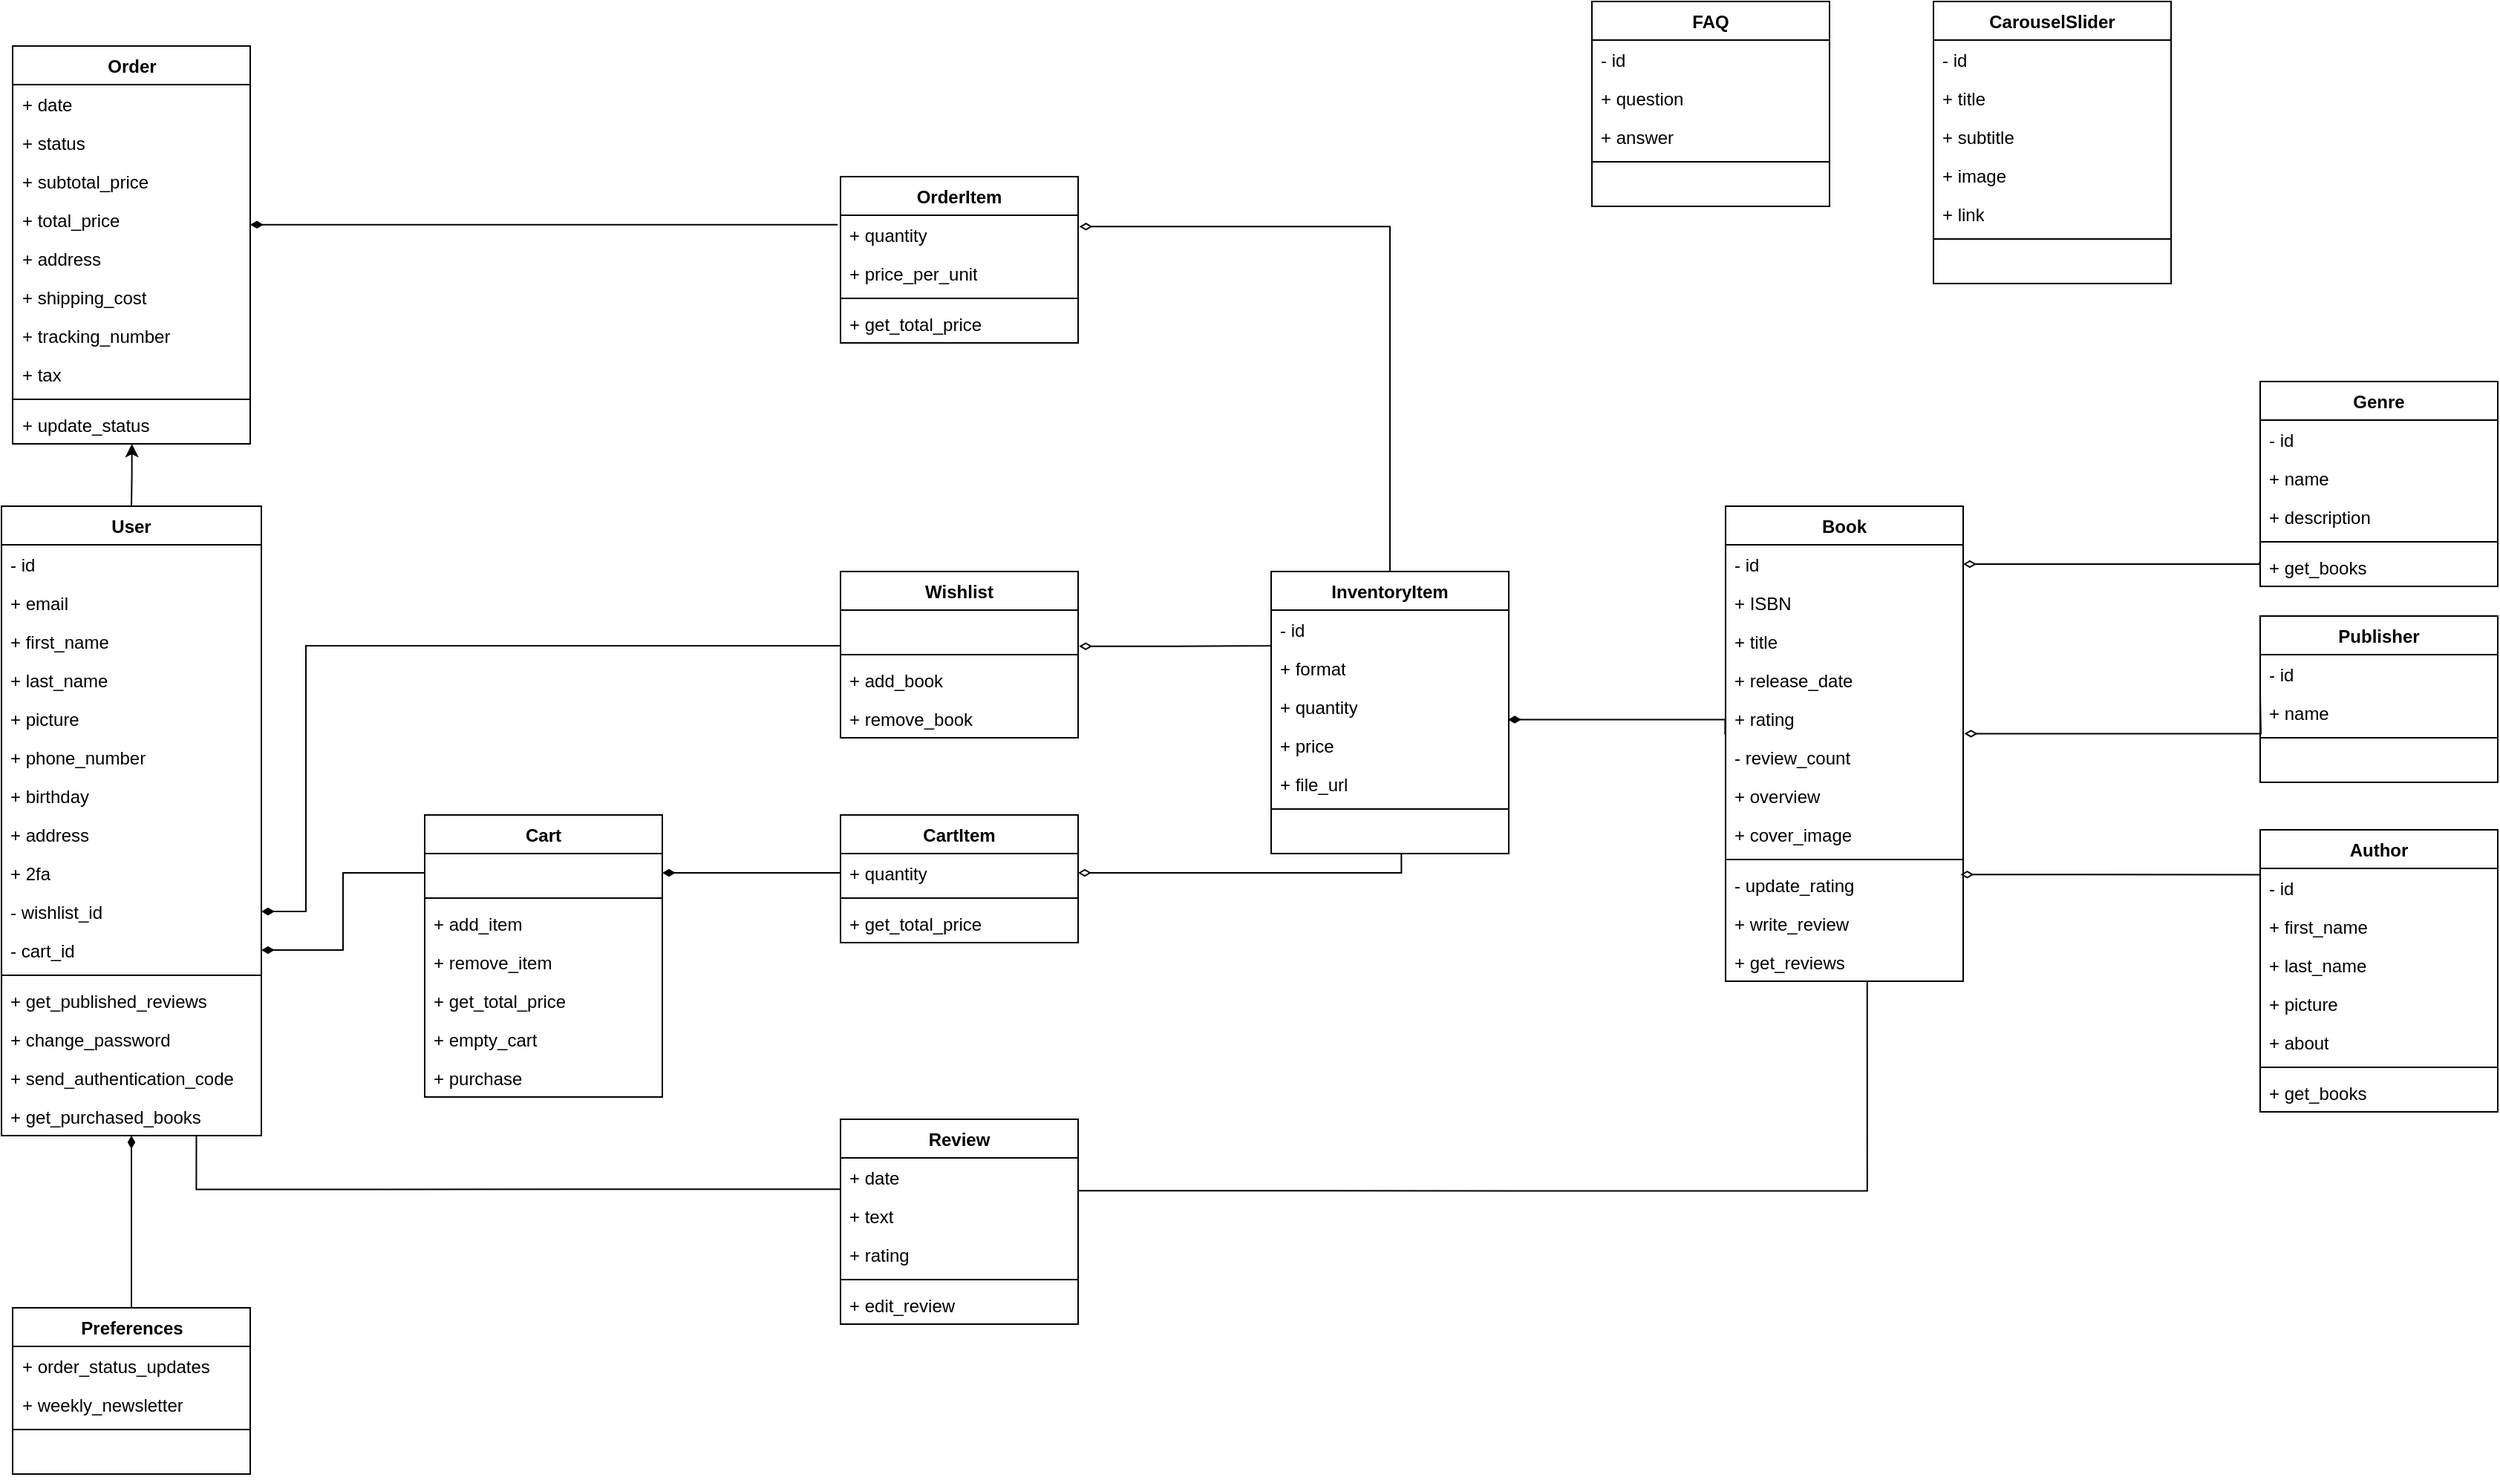
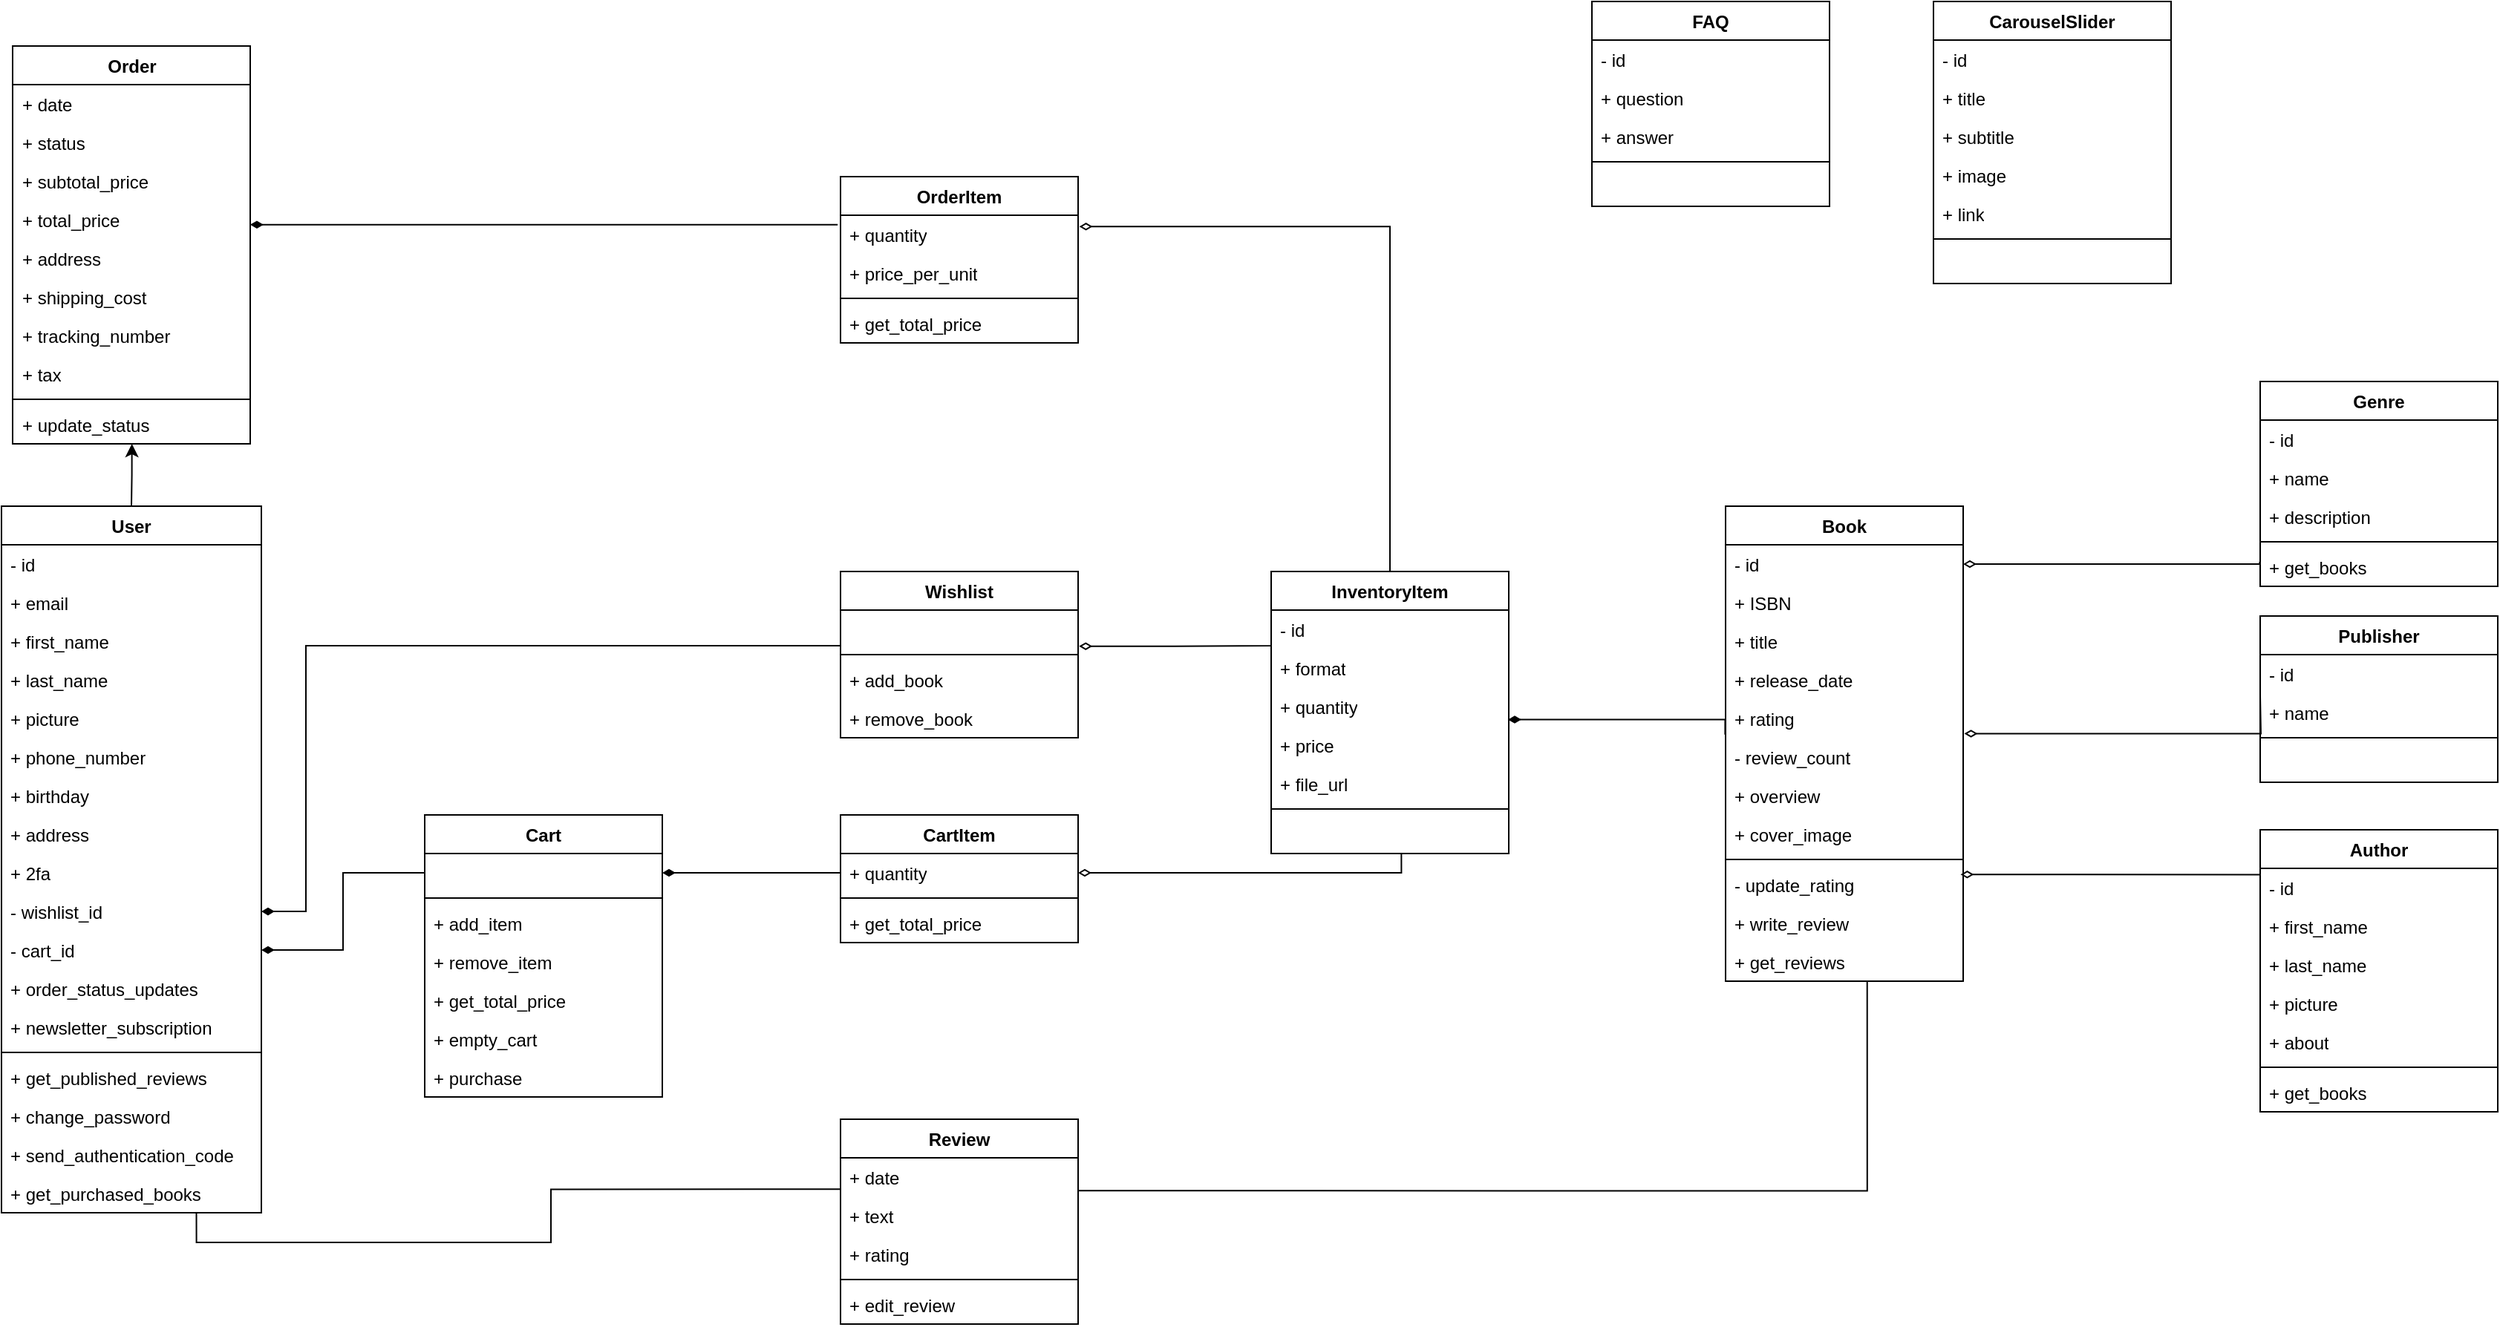
<mxfile host="app.diagrams.net" agent="5.0 (Windows NT 10.0; Win64; x64) AppleWebKit/537.36 (KHTML, like Gecko) Chrome/90.0.4430.212 Safari/537.36">
  <diagram name="Page-1" id="c4acf3e9-155e-7222-9cf6-157b1a14988f">
    <mxGraphModel dx="1212" dy="1800" grid="1" gridSize="10" guides="1" tooltips="1" connect="1" arrows="1" fold="1" page="1" pageScale="1" pageWidth="850" pageHeight="1100" background="none" math="0" shadow="0">
      <root>
        <mxCell id="0" />
        <mxCell id="1" parent="0" />
        <mxCell id="pfDlptEzQs39DvkstGPX-211" edge="1" parent="1" source="ptOtu5GnEy84TG-qNskw-4" style="edgeStyle=orthogonalEdgeStyle;rounded=0;orthogonalLoop=1;jettySize=auto;html=1;entryX=0.5;entryY=0;entryDx=0;entryDy=0;endArrow=none;endFill=0;startArrow=classic;startFill=1;exitX=0.502;exitY=1;exitDx=0;exitDy=0;exitPerimeter=0;" target="pfDlptEzQs39DvkstGPX-1">
          <mxGeometry relative="1" as="geometry" />
        </mxCell>
        <mxCell id="ptOtu5GnEy84TG-qNskw-1" parent="1" style="swimlane;fontStyle=1;align=center;verticalAlign=top;childLayout=stackLayout;horizontal=1;startSize=26;horizontalStack=0;resizeParent=1;resizeParentMax=0;resizeLast=0;collapsible=1;marginBottom=0;whiteSpace=wrap;html=1;" value="Order" vertex="1">
          <mxGeometry height="268" width="160" x="202.5" y="-4" as="geometry" />
        </mxCell>
        <mxCell id="ptOtu5GnEy84TG-qNskw-19" parent="ptOtu5GnEy84TG-qNskw-1" style="text;strokeColor=none;fillColor=none;align=left;verticalAlign=top;spacingLeft=4;spacingRight=4;overflow=hidden;rotatable=0;points=[[0,0.5],[1,0.5]];portConstraint=eastwest;whiteSpace=wrap;html=1;" value="+ date" vertex="1">
          <mxGeometry height="26" width="160" y="26" as="geometry" />
        </mxCell>
        <mxCell id="ptOtu5GnEy84TG-qNskw-20" parent="ptOtu5GnEy84TG-qNskw-1" style="text;strokeColor=none;fillColor=none;align=left;verticalAlign=top;spacingLeft=4;spacingRight=4;overflow=hidden;rotatable=0;points=[[0,0.5],[1,0.5]];portConstraint=eastwest;whiteSpace=wrap;html=1;" value="+ status" vertex="1">
          <mxGeometry height="26" width="160" y="52" as="geometry" />
        </mxCell>
        <mxCell id="ptOtu5GnEy84TG-qNskw-21" parent="ptOtu5GnEy84TG-qNskw-1" style="text;strokeColor=none;fillColor=none;align=left;verticalAlign=top;spacingLeft=4;spacingRight=4;overflow=hidden;rotatable=0;points=[[0,0.5],[1,0.5]];portConstraint=eastwest;whiteSpace=wrap;html=1;" value="+ subtotal_price" vertex="1">
          <mxGeometry height="26" width="160" y="78" as="geometry" />
        </mxCell>
        <mxCell id="ptOtu5GnEy84TG-qNskw-22" parent="ptOtu5GnEy84TG-qNskw-1" style="text;strokeColor=none;fillColor=none;align=left;verticalAlign=top;spacingLeft=4;spacingRight=4;overflow=hidden;rotatable=0;points=[[0,0.5],[1,0.5]];portConstraint=eastwest;whiteSpace=wrap;html=1;" value="+ total_price" vertex="1">
          <mxGeometry height="26" width="160" y="104" as="geometry" />
        </mxCell>
        <mxCell id="W-Cl0S3tB9M2oCTz1A1a-11" parent="ptOtu5GnEy84TG-qNskw-1" style="text;strokeColor=none;fillColor=none;align=left;verticalAlign=top;spacingLeft=4;spacingRight=4;overflow=hidden;rotatable=0;points=[[0,0.5],[1,0.5]];portConstraint=eastwest;whiteSpace=wrap;html=1;" value="+ address" vertex="1">
          <mxGeometry height="26" width="160" y="130" as="geometry" />
        </mxCell>
        <mxCell id="pfDlptEzQs39DvkstGPX-58" parent="ptOtu5GnEy84TG-qNskw-1" style="text;strokeColor=none;fillColor=none;align=left;verticalAlign=top;spacingLeft=4;spacingRight=4;overflow=hidden;rotatable=0;points=[[0,0.5],[1,0.5]];portConstraint=eastwest;whiteSpace=wrap;html=1;" value="+ shipping_cost" vertex="1">
          <mxGeometry height="26" width="160" y="156" as="geometry" />
        </mxCell>
        <mxCell id="pfDlptEzQs39DvkstGPX-59" parent="ptOtu5GnEy84TG-qNskw-1" style="text;strokeColor=none;fillColor=none;align=left;verticalAlign=top;spacingLeft=4;spacingRight=4;overflow=hidden;rotatable=0;points=[[0,0.5],[1,0.5]];portConstraint=eastwest;whiteSpace=wrap;html=1;" value="+ tracking_number" vertex="1">
          <mxGeometry height="26" width="160" y="182" as="geometry" />
        </mxCell>
        <mxCell id="pfDlptEzQs39DvkstGPX-60" parent="ptOtu5GnEy84TG-qNskw-1" style="text;strokeColor=none;fillColor=none;align=left;verticalAlign=top;spacingLeft=4;spacingRight=4;overflow=hidden;rotatable=0;points=[[0,0.5],[1,0.5]];portConstraint=eastwest;whiteSpace=wrap;html=1;" value="+ tax" vertex="1">
          <mxGeometry height="26" width="160" y="208" as="geometry" />
        </mxCell>
        <mxCell id="ptOtu5GnEy84TG-qNskw-3" parent="ptOtu5GnEy84TG-qNskw-1" style="line;strokeWidth=1;fillColor=none;align=left;verticalAlign=middle;spacingTop=-1;spacingLeft=3;spacingRight=3;rotatable=0;labelPosition=right;points=[];portConstraint=eastwest;strokeColor=inherit;" value="" vertex="1">
          <mxGeometry height="8" width="160" y="234" as="geometry" />
        </mxCell>
        <mxCell id="ptOtu5GnEy84TG-qNskw-4" parent="ptOtu5GnEy84TG-qNskw-1" style="text;strokeColor=none;fillColor=none;align=left;verticalAlign=top;spacingLeft=4;spacingRight=4;overflow=hidden;rotatable=0;points=[[0,0.5],[1,0.5]];portConstraint=eastwest;whiteSpace=wrap;html=1;" value="+ update_status" vertex="1">
          <mxGeometry height="26" width="160" y="242" as="geometry" />
        </mxCell>
        <mxCell id="ptOtu5GnEy84TG-qNskw-5" parent="1" style="swimlane;fontStyle=1;align=center;verticalAlign=top;childLayout=stackLayout;horizontal=1;startSize=26;horizontalStack=0;resizeParent=1;resizeParentMax=0;resizeLast=0;collapsible=1;marginBottom=0;whiteSpace=wrap;html=1;" value="Book" vertex="1">
          <mxGeometry height="320" width="160" x="1356" y="306" as="geometry" />
        </mxCell>
        <mxCell id="ptOtu5GnEy84TG-qNskw-18" parent="ptOtu5GnEy84TG-qNskw-5" style="text;strokeColor=none;fillColor=none;align=left;verticalAlign=top;spacingLeft=4;spacingRight=4;overflow=hidden;rotatable=0;points=[[0,0.5],[1,0.5]];portConstraint=eastwest;whiteSpace=wrap;html=1;" value="- id" vertex="1">
          <mxGeometry height="26" width="160" y="26" as="geometry" />
        </mxCell>
        <mxCell id="W-Cl0S3tB9M2oCTz1A1a-7" parent="ptOtu5GnEy84TG-qNskw-5" style="text;strokeColor=none;fillColor=none;align=left;verticalAlign=top;spacingLeft=4;spacingRight=4;overflow=hidden;rotatable=0;points=[[0,0.5],[1,0.5]];portConstraint=eastwest;whiteSpace=wrap;html=1;" value="+ ISBN" vertex="1">
          <mxGeometry height="26" width="160" y="52" as="geometry" />
        </mxCell>
        <mxCell id="ptOtu5GnEy84TG-qNskw-13" parent="ptOtu5GnEy84TG-qNskw-5" style="text;strokeColor=none;fillColor=none;align=left;verticalAlign=top;spacingLeft=4;spacingRight=4;overflow=hidden;rotatable=0;points=[[0,0.5],[1,0.5]];portConstraint=eastwest;whiteSpace=wrap;html=1;" value="+ title" vertex="1">
          <mxGeometry height="26" width="160" y="78" as="geometry" />
        </mxCell>
        <mxCell id="pfDlptEzQs39DvkstGPX-95" parent="ptOtu5GnEy84TG-qNskw-5" style="text;strokeColor=none;fillColor=none;align=left;verticalAlign=top;spacingLeft=4;spacingRight=4;overflow=hidden;rotatable=0;points=[[0,0.5],[1,0.5]];portConstraint=eastwest;whiteSpace=wrap;html=1;" value="+ release_date" vertex="1">
          <mxGeometry height="26" width="160" y="104" as="geometry" />
        </mxCell>
        <mxCell id="ptOtu5GnEy84TG-qNskw-15" parent="ptOtu5GnEy84TG-qNskw-5" style="text;strokeColor=none;fillColor=none;align=left;verticalAlign=top;spacingLeft=4;spacingRight=4;overflow=hidden;rotatable=0;points=[[0,0.5],[1,0.5]];portConstraint=eastwest;whiteSpace=wrap;html=1;" value="+ rating" vertex="1">
          <mxGeometry height="26" width="160" y="130" as="geometry" />
        </mxCell>
        <mxCell id="pfDlptEzQs39DvkstGPX-178" parent="ptOtu5GnEy84TG-qNskw-5" style="text;strokeColor=none;fillColor=none;align=left;verticalAlign=top;spacingLeft=4;spacingRight=4;overflow=hidden;rotatable=0;points=[[0,0.5],[1,0.5]];portConstraint=eastwest;whiteSpace=wrap;html=1;" value="- review_count" vertex="1">
          <mxGeometry height="26" width="160" y="156" as="geometry" />
        </mxCell>
        <mxCell id="pfDlptEzQs39DvkstGPX-96" parent="ptOtu5GnEy84TG-qNskw-5" style="text;strokeColor=none;fillColor=none;align=left;verticalAlign=top;spacingLeft=4;spacingRight=4;overflow=hidden;rotatable=0;points=[[0,0.5],[1,0.5]];portConstraint=eastwest;whiteSpace=wrap;html=1;" value="+ overview" vertex="1">
          <mxGeometry height="26" width="160" y="182" as="geometry" />
        </mxCell>
        <mxCell id="pfDlptEzQs39DvkstGPX-97" parent="ptOtu5GnEy84TG-qNskw-5" style="text;strokeColor=none;fillColor=none;align=left;verticalAlign=top;spacingLeft=4;spacingRight=4;overflow=hidden;rotatable=0;points=[[0,0.5],[1,0.5]];portConstraint=eastwest;whiteSpace=wrap;html=1;" value="+ cover_image" vertex="1">
          <mxGeometry height="26" width="160" y="208" as="geometry" />
        </mxCell>
        <mxCell id="ptOtu5GnEy84TG-qNskw-7" parent="ptOtu5GnEy84TG-qNskw-5" style="line;strokeWidth=1;fillColor=none;align=left;verticalAlign=middle;spacingTop=-1;spacingLeft=3;spacingRight=3;rotatable=0;labelPosition=right;points=[];portConstraint=eastwest;strokeColor=inherit;" value="" vertex="1">
          <mxGeometry height="8" width="160" y="234" as="geometry" />
        </mxCell>
        <mxCell id="ptOtu5GnEy84TG-qNskw-8" parent="ptOtu5GnEy84TG-qNskw-5" style="text;align=left;verticalAlign=top;spacingLeft=4;spacingRight=4;overflow=hidden;rotatable=0;points=[[0,0.5],[1,0.5]];portConstraint=eastwest;whiteSpace=wrap;html=1;" value="- update_rating" vertex="1">
          <mxGeometry height="26" width="160" y="242" as="geometry" />
        </mxCell>
        <mxCell id="pfDlptEzQs39DvkstGPX-194" parent="ptOtu5GnEy84TG-qNskw-5" style="text;align=left;verticalAlign=top;spacingLeft=4;spacingRight=4;overflow=hidden;rotatable=0;points=[[0,0.5],[1,0.5]];portConstraint=eastwest;whiteSpace=wrap;html=1;" value="+ write_review" vertex="1">
          <mxGeometry height="26" width="160" y="268" as="geometry" />
        </mxCell>
        <mxCell id="pfDlptEzQs39DvkstGPX-241" parent="ptOtu5GnEy84TG-qNskw-5" style="text;align=left;verticalAlign=top;spacingLeft=4;spacingRight=4;overflow=hidden;rotatable=0;points=[[0,0.5],[1,0.5]];portConstraint=eastwest;whiteSpace=wrap;html=1;" value="+ get_reviews" vertex="1">
          <mxGeometry height="26" width="160" y="294" as="geometry" />
        </mxCell>
        <mxCell id="ptOtu5GnEy84TG-qNskw-9" parent="1" style="swimlane;fontStyle=1;align=center;verticalAlign=top;childLayout=stackLayout;horizontal=1;startSize=26;horizontalStack=0;resizeParent=1;resizeParentMax=0;resizeLast=0;collapsible=1;marginBottom=0;whiteSpace=wrap;html=1;" value="Author" vertex="1">
          <mxGeometry height="190" width="160" x="1716" y="524" as="geometry" />
        </mxCell>
        <mxCell id="ptOtu5GnEy84TG-qNskw-10" parent="ptOtu5GnEy84TG-qNskw-9" style="text;strokeColor=none;fillColor=none;align=left;verticalAlign=top;spacingLeft=4;spacingRight=4;overflow=hidden;rotatable=0;points=[[0,0.5],[1,0.5]];portConstraint=eastwest;whiteSpace=wrap;html=1;" value="- id" vertex="1">
          <mxGeometry height="26" width="160" y="26" as="geometry" />
        </mxCell>
        <mxCell id="W-Cl0S3tB9M2oCTz1A1a-6" parent="ptOtu5GnEy84TG-qNskw-9" style="text;strokeColor=none;fillColor=none;align=left;verticalAlign=top;spacingLeft=4;spacingRight=4;overflow=hidden;rotatable=0;points=[[0,0.5],[1,0.5]];portConstraint=eastwest;whiteSpace=wrap;html=1;" value="+ first_name" vertex="1">
          <mxGeometry height="26" width="160" y="52" as="geometry" />
        </mxCell>
        <mxCell id="pfDlptEzQs39DvkstGPX-100" parent="ptOtu5GnEy84TG-qNskw-9" style="text;strokeColor=none;fillColor=none;align=left;verticalAlign=top;spacingLeft=4;spacingRight=4;overflow=hidden;rotatable=0;points=[[0,0.5],[1,0.5]];portConstraint=eastwest;whiteSpace=wrap;html=1;" value="+ last_name" vertex="1">
          <mxGeometry height="26" width="160" y="78" as="geometry" />
        </mxCell>
        <mxCell id="pfDlptEzQs39DvkstGPX-101" parent="ptOtu5GnEy84TG-qNskw-9" style="text;strokeColor=none;fillColor=none;align=left;verticalAlign=top;spacingLeft=4;spacingRight=4;overflow=hidden;rotatable=0;points=[[0,0.5],[1,0.5]];portConstraint=eastwest;whiteSpace=wrap;html=1;" value="+ picture" vertex="1">
          <mxGeometry height="26" width="160" y="104" as="geometry" />
        </mxCell>
        <mxCell id="pfDlptEzQs39DvkstGPX-102" parent="ptOtu5GnEy84TG-qNskw-9" style="text;strokeColor=none;fillColor=none;align=left;verticalAlign=top;spacingLeft=4;spacingRight=4;overflow=hidden;rotatable=0;points=[[0,0.5],[1,0.5]];portConstraint=eastwest;whiteSpace=wrap;html=1;" value="+ about" vertex="1">
          <mxGeometry height="26" width="160" y="130" as="geometry" />
        </mxCell>
        <mxCell id="ptOtu5GnEy84TG-qNskw-11" parent="ptOtu5GnEy84TG-qNskw-9" style="line;strokeWidth=1;fillColor=none;align=left;verticalAlign=middle;spacingTop=-1;spacingLeft=3;spacingRight=3;rotatable=0;labelPosition=right;points=[];portConstraint=eastwest;strokeColor=inherit;" value="" vertex="1">
          <mxGeometry height="8" width="160" y="156" as="geometry" />
        </mxCell>
        <mxCell id="ptOtu5GnEy84TG-qNskw-12" parent="ptOtu5GnEy84TG-qNskw-9" style="text;strokeColor=none;fillColor=none;align=left;verticalAlign=top;spacingLeft=4;spacingRight=4;overflow=hidden;rotatable=0;points=[[0,0.5],[1,0.5]];portConstraint=eastwest;whiteSpace=wrap;html=1;" value="+ get_books" vertex="1">
          <mxGeometry height="26" width="160" y="164" as="geometry" />
        </mxCell>
        <mxCell id="ptOtu5GnEy84TG-qNskw-25" parent="1" style="swimlane;fontStyle=1;align=center;verticalAlign=top;childLayout=stackLayout;horizontal=1;startSize=26;horizontalStack=0;resizeParent=1;resizeParentMax=0;resizeLast=0;collapsible=1;marginBottom=0;whiteSpace=wrap;html=1;" value="Review" vertex="1">
          <mxGeometry height="138" width="160" x="760" y="719" as="geometry" />
        </mxCell>
        <mxCell id="ptOtu5GnEy84TG-qNskw-26" parent="ptOtu5GnEy84TG-qNskw-25" style="text;strokeColor=none;fillColor=none;align=left;verticalAlign=top;spacingLeft=4;spacingRight=4;overflow=hidden;rotatable=0;points=[[0,0.5],[1,0.5]];portConstraint=eastwest;whiteSpace=wrap;html=1;" value="+ date" vertex="1">
          <mxGeometry height="26" width="160" y="26" as="geometry" />
        </mxCell>
        <mxCell id="ptOtu5GnEy84TG-qNskw-29" parent="ptOtu5GnEy84TG-qNskw-25" style="text;strokeColor=none;fillColor=none;align=left;verticalAlign=top;spacingLeft=4;spacingRight=4;overflow=hidden;rotatable=0;points=[[0,0.5],[1,0.5]];portConstraint=eastwest;whiteSpace=wrap;html=1;" value="+ text" vertex="1">
          <mxGeometry height="26" width="160" y="52" as="geometry" />
        </mxCell>
        <mxCell id="pfDlptEzQs39DvkstGPX-144" parent="ptOtu5GnEy84TG-qNskw-25" style="text;strokeColor=none;fillColor=none;align=left;verticalAlign=top;spacingLeft=4;spacingRight=4;overflow=hidden;rotatable=0;points=[[0,0.5],[1,0.5]];portConstraint=eastwest;whiteSpace=wrap;html=1;" value="+ rating" vertex="1">
          <mxGeometry height="26" width="160" y="78" as="geometry" />
        </mxCell>
        <mxCell id="ptOtu5GnEy84TG-qNskw-27" parent="ptOtu5GnEy84TG-qNskw-25" style="line;strokeWidth=1;fillColor=none;align=left;verticalAlign=middle;spacingTop=-1;spacingLeft=3;spacingRight=3;rotatable=0;labelPosition=right;points=[];portConstraint=eastwest;strokeColor=inherit;" value="" vertex="1">
          <mxGeometry height="8" width="160" y="104" as="geometry" />
        </mxCell>
        <mxCell id="ptOtu5GnEy84TG-qNskw-28" parent="ptOtu5GnEy84TG-qNskw-25" style="text;strokeColor=none;fillColor=none;align=left;verticalAlign=top;spacingLeft=4;spacingRight=4;overflow=hidden;rotatable=0;points=[[0,0.5],[1,0.5]];portConstraint=eastwest;whiteSpace=wrap;html=1;" value="+ edit_review" vertex="1">
          <mxGeometry height="26" width="160" y="112" as="geometry" />
        </mxCell>
        <mxCell id="pfDlptEzQs39DvkstGPX-1" parent="1" style="swimlane;fontStyle=1;align=center;verticalAlign=top;childLayout=stackLayout;horizontal=1;startSize=26;horizontalStack=0;resizeParent=1;resizeParentMax=0;resizeLast=0;collapsible=1;marginBottom=0;whiteSpace=wrap;html=1;" value="User" vertex="1">
-           <mxGeometry height="424" width="175" x="195" y="306" as="geometry" />
+           <mxGeometry height="476" width="175" x="195" y="306" as="geometry" />
        </mxCell>
        <mxCell id="pfDlptEzQs39DvkstGPX-3" parent="pfDlptEzQs39DvkstGPX-1" style="text;strokeColor=none;fillColor=none;align=left;verticalAlign=top;spacingLeft=4;spacingRight=4;overflow=hidden;rotatable=0;points=[[0,0.5],[1,0.5]];portConstraint=eastwest;whiteSpace=wrap;html=1;" value="- id" vertex="1">
          <mxGeometry height="26" width="175" y="26" as="geometry" />
        </mxCell>
        <mxCell id="pfDlptEzQs39DvkstGPX-246" parent="pfDlptEzQs39DvkstGPX-1" style="text;strokeColor=none;fillColor=none;align=left;verticalAlign=top;spacingLeft=4;spacingRight=4;overflow=hidden;rotatable=0;points=[[0,0.5],[1,0.5]];portConstraint=eastwest;whiteSpace=wrap;html=1;" value="+ email" vertex="1">
          <mxGeometry height="26" width="175" y="52" as="geometry" />
        </mxCell>
        <mxCell id="pfDlptEzQs39DvkstGPX-63" parent="pfDlptEzQs39DvkstGPX-1" style="text;strokeColor=none;fillColor=none;align=left;verticalAlign=top;spacingLeft=4;spacingRight=4;overflow=hidden;rotatable=0;points=[[0,0.5],[1,0.5]];portConstraint=eastwest;whiteSpace=wrap;html=1;" value="+ first_name" vertex="1">
          <mxGeometry height="26" width="175" y="78" as="geometry" />
        </mxCell>
        <mxCell id="pfDlptEzQs39DvkstGPX-4" parent="pfDlptEzQs39DvkstGPX-1" style="text;strokeColor=none;fillColor=none;align=left;verticalAlign=top;spacingLeft=4;spacingRight=4;overflow=hidden;rotatable=0;points=[[0,0.5],[1,0.5]];portConstraint=eastwest;whiteSpace=wrap;html=1;" value="+ last_name" vertex="1">
          <mxGeometry height="26" width="175" y="104" as="geometry" />
        </mxCell>
        <mxCell id="pfDlptEzQs39DvkstGPX-5" parent="pfDlptEzQs39DvkstGPX-1" style="text;strokeColor=none;fillColor=none;align=left;verticalAlign=top;spacingLeft=4;spacingRight=4;overflow=hidden;rotatable=0;points=[[0,0.5],[1,0.5]];portConstraint=eastwest;whiteSpace=wrap;html=1;" value="+ picture" vertex="1">
          <mxGeometry height="26" width="175" y="130" as="geometry" />
        </mxCell>
        <mxCell id="pfDlptEzQs39DvkstGPX-6" parent="pfDlptEzQs39DvkstGPX-1" style="text;strokeColor=none;fillColor=none;align=left;verticalAlign=top;spacingLeft=4;spacingRight=4;overflow=hidden;rotatable=0;points=[[0,0.5],[1,0.5]];portConstraint=eastwest;whiteSpace=wrap;html=1;" value="+ phone_number" vertex="1">
          <mxGeometry height="26" width="175" y="156" as="geometry" />
        </mxCell>
        <mxCell id="pfDlptEzQs39DvkstGPX-7" parent="pfDlptEzQs39DvkstGPX-1" style="text;strokeColor=none;fillColor=none;align=left;verticalAlign=top;spacingLeft=4;spacingRight=4;overflow=hidden;rotatable=0;points=[[0,0.5],[1,0.5]];portConstraint=eastwest;whiteSpace=wrap;html=1;" value="+ birthday" vertex="1">
          <mxGeometry height="26" width="175" y="182" as="geometry" />
        </mxCell>
        <mxCell id="W-Cl0S3tB9M2oCTz1A1a-1" parent="pfDlptEzQs39DvkstGPX-1" style="text;strokeColor=none;fillColor=none;align=left;verticalAlign=top;spacingLeft=4;spacingRight=4;overflow=hidden;rotatable=0;points=[[0,0.5],[1,0.5]];portConstraint=eastwest;whiteSpace=wrap;html=1;" value="+ address" vertex="1">
          <mxGeometry height="26" width="175" y="208" as="geometry" />
        </mxCell>
        <mxCell id="pfDlptEzQs39DvkstGPX-64" parent="pfDlptEzQs39DvkstGPX-1" style="text;strokeColor=none;fillColor=none;align=left;verticalAlign=top;spacingLeft=4;spacingRight=4;overflow=hidden;rotatable=0;points=[[0,0.5],[1,0.5]];portConstraint=eastwest;whiteSpace=wrap;html=1;" value="+ 2fa" vertex="1">
          <mxGeometry height="26" width="175" y="234" as="geometry" />
        </mxCell>
        <mxCell id="pfDlptEzQs39DvkstGPX-67" parent="pfDlptEzQs39DvkstGPX-1" style="text;strokeColor=none;fillColor=none;align=left;verticalAlign=top;spacingLeft=4;spacingRight=4;overflow=hidden;rotatable=0;points=[[0,0.5],[1,0.5]];portConstraint=eastwest;whiteSpace=wrap;html=1;" value="- wishlist_id" vertex="1">
          <mxGeometry height="26" width="175" y="260" as="geometry" />
        </mxCell>
        <mxCell id="W-Cl0S3tB9M2oCTz1A1a-3" parent="pfDlptEzQs39DvkstGPX-1" style="text;strokeColor=none;fillColor=none;align=left;verticalAlign=top;spacingLeft=4;spacingRight=4;overflow=hidden;rotatable=0;points=[[0,0.5],[1,0.5]];portConstraint=eastwest;whiteSpace=wrap;html=1;" value="- cart_id" vertex="1">
          <mxGeometry height="26" width="175" y="286" as="geometry" />
        </mxCell>
+         <mxCell id="W-Cl0S3tB9M2oCTz1A1a-14" parent="pfDlptEzQs39DvkstGPX-1" style="text;strokeColor=none;fillColor=none;align=left;verticalAlign=top;spacingLeft=4;spacingRight=4;overflow=hidden;rotatable=0;points=[[0,0.5],[1,0.5]];portConstraint=eastwest;whiteSpace=wrap;html=1;" value="+ order_status_updates" vertex="1">
+           <mxGeometry height="26" width="175" y="312" as="geometry" />
+         </mxCell>
+         <mxCell id="W-Cl0S3tB9M2oCTz1A1a-15" parent="pfDlptEzQs39DvkstGPX-1" style="text;strokeColor=none;fillColor=none;align=left;verticalAlign=top;spacingLeft=4;spacingRight=4;overflow=hidden;rotatable=0;points=[[0,0.5],[1,0.5]];portConstraint=eastwest;whiteSpace=wrap;html=1;" value="+ newsletter_subscription" vertex="1">
+           <mxGeometry height="26" width="175" y="338" as="geometry" />
+         </mxCell>
        <mxCell id="pfDlptEzQs39DvkstGPX-8" parent="pfDlptEzQs39DvkstGPX-1" style="line;strokeWidth=1;fillColor=none;align=left;verticalAlign=middle;spacingTop=-1;spacingLeft=3;spacingRight=3;rotatable=0;labelPosition=right;points=[];portConstraint=eastwest;strokeColor=inherit;" value="" vertex="1">
-           <mxGeometry height="8" width="175" y="312" as="geometry" />
+           <mxGeometry height="8" width="175" y="364" as="geometry" />
        </mxCell>
        <mxCell id="pfDlptEzQs39DvkstGPX-68" parent="pfDlptEzQs39DvkstGPX-1" style="text;strokeColor=none;fillColor=none;align=left;verticalAlign=top;spacingLeft=4;spacingRight=4;overflow=hidden;rotatable=0;points=[[0,0.5],[1,0.5]];portConstraint=eastwest;whiteSpace=wrap;html=1;" value="+ get_published_reviews" vertex="1">
-           <mxGeometry height="26" width="175" y="320" as="geometry" />
+           <mxGeometry height="26" width="175" y="372" as="geometry" />
        </mxCell>
        <mxCell id="pfDlptEzQs39DvkstGPX-69" parent="pfDlptEzQs39DvkstGPX-1" style="text;strokeColor=none;fillColor=none;align=left;verticalAlign=top;spacingLeft=4;spacingRight=4;overflow=hidden;rotatable=0;points=[[0,0.5],[1,0.5]];portConstraint=eastwest;whiteSpace=wrap;html=1;" value="+ change_password" vertex="1">
-           <mxGeometry height="26" width="175" y="346" as="geometry" />
+           <mxGeometry height="26" width="175" y="398" as="geometry" />
        </mxCell>
        <mxCell id="pfDlptEzQs39DvkstGPX-70" parent="pfDlptEzQs39DvkstGPX-1" style="text;strokeColor=none;fillColor=none;align=left;verticalAlign=top;spacingLeft=4;spacingRight=4;overflow=hidden;rotatable=0;points=[[0,0.5],[1,0.5]];portConstraint=eastwest;whiteSpace=wrap;html=1;" value="+ send_authentication_code" vertex="1">
-           <mxGeometry height="26" width="175" y="372" as="geometry" />
+           <mxGeometry height="26" width="175" y="424" as="geometry" />
        </mxCell>
        <mxCell id="pfDlptEzQs39DvkstGPX-193" parent="pfDlptEzQs39DvkstGPX-1" style="text;strokeColor=none;fillColor=none;align=left;verticalAlign=top;spacingLeft=4;spacingRight=4;overflow=hidden;rotatable=0;points=[[0,0.5],[1,0.5]];portConstraint=eastwest;whiteSpace=wrap;html=1;" value="+ get_purchased_books" vertex="1">
-           <mxGeometry height="26" width="175" y="398" as="geometry" />
+           <mxGeometry height="26" width="175" y="450" as="geometry" />
        </mxCell>
        <mxCell id="pfDlptEzQs39DvkstGPX-84" parent="1" style="swimlane;fontStyle=1;align=center;verticalAlign=top;childLayout=stackLayout;horizontal=1;startSize=26;horizontalStack=0;resizeParent=1;resizeParentMax=0;resizeLast=0;collapsible=1;marginBottom=0;whiteSpace=wrap;html=1;" value="OrderItem" vertex="1">
          <mxGeometry height="112" width="160" x="760" y="84" as="geometry" />
        </mxCell>
        <mxCell id="pfDlptEzQs39DvkstGPX-86" parent="pfDlptEzQs39DvkstGPX-84" style="text;strokeColor=none;fillColor=none;align=left;verticalAlign=top;spacingLeft=4;spacingRight=4;overflow=hidden;rotatable=0;points=[[0,0.5],[1,0.5]];portConstraint=eastwest;whiteSpace=wrap;html=1;" value="+ quantity" vertex="1">
          <mxGeometry height="26" width="160" y="26" as="geometry" />
        </mxCell>
        <mxCell id="pfDlptEzQs39DvkstGPX-87" parent="pfDlptEzQs39DvkstGPX-84" style="text;strokeColor=none;fillColor=none;align=left;verticalAlign=top;spacingLeft=4;spacingRight=4;overflow=hidden;rotatable=0;points=[[0,0.5],[1,0.5]];portConstraint=eastwest;whiteSpace=wrap;html=1;" value="+ price_per_unit" vertex="1">
          <mxGeometry height="26" width="160" y="52" as="geometry" />
        </mxCell>
        <mxCell id="pfDlptEzQs39DvkstGPX-93" parent="pfDlptEzQs39DvkstGPX-84" style="line;strokeWidth=1;fillColor=none;align=left;verticalAlign=middle;spacingTop=-1;spacingLeft=3;spacingRight=3;rotatable=0;labelPosition=right;points=[];portConstraint=eastwest;strokeColor=inherit;" value="" vertex="1">
          <mxGeometry height="8" width="160" y="78" as="geometry" />
        </mxCell>
        <mxCell id="pfDlptEzQs39DvkstGPX-94" parent="pfDlptEzQs39DvkstGPX-84" style="text;strokeColor=none;fillColor=none;align=left;verticalAlign=top;spacingLeft=4;spacingRight=4;overflow=hidden;rotatable=0;points=[[0,0.5],[1,0.5]];portConstraint=eastwest;whiteSpace=wrap;html=1;" value="+ get_total_price" vertex="1">
          <mxGeometry height="26" width="160" y="86" as="geometry" />
        </mxCell>
        <mxCell id="pfDlptEzQs39DvkstGPX-108" parent="1" style="swimlane;fontStyle=1;align=center;verticalAlign=top;childLayout=stackLayout;horizontal=1;startSize=26;horizontalStack=0;resizeParent=1;resizeParentMax=0;resizeLast=0;collapsible=1;marginBottom=0;whiteSpace=wrap;html=1;" value="Publisher" vertex="1">
          <mxGeometry height="112" width="160" x="1716" y="380" as="geometry" />
        </mxCell>
        <mxCell id="pfDlptEzQs39DvkstGPX-109" parent="pfDlptEzQs39DvkstGPX-108" style="text;strokeColor=none;fillColor=none;align=left;verticalAlign=top;spacingLeft=4;spacingRight=4;overflow=hidden;rotatable=0;points=[[0,0.5],[1,0.5]];portConstraint=eastwest;whiteSpace=wrap;html=1;" value="- id" vertex="1">
          <mxGeometry height="26" width="160" y="26" as="geometry" />
        </mxCell>
        <mxCell id="W-Cl0S3tB9M2oCTz1A1a-4" parent="pfDlptEzQs39DvkstGPX-108" style="text;strokeColor=none;fillColor=none;align=left;verticalAlign=top;spacingLeft=4;spacingRight=4;overflow=hidden;rotatable=0;points=[[0,0.5],[1,0.5]];portConstraint=eastwest;whiteSpace=wrap;html=1;" value="+ name" vertex="1">
          <mxGeometry height="26" width="160" y="52" as="geometry" />
        </mxCell>
        <mxCell id="pfDlptEzQs39DvkstGPX-111" parent="pfDlptEzQs39DvkstGPX-108" style="line;strokeWidth=1;fillColor=none;align=left;verticalAlign=middle;spacingTop=-1;spacingLeft=3;spacingRight=3;rotatable=0;labelPosition=right;points=[];portConstraint=eastwest;strokeColor=inherit;" value="" vertex="1">
          <mxGeometry height="8" width="160" y="78" as="geometry" />
        </mxCell>
        <mxCell id="pfDlptEzQs39DvkstGPX-112" parent="pfDlptEzQs39DvkstGPX-108" style="text;strokeColor=none;fillColor=none;align=left;verticalAlign=top;spacingLeft=4;spacingRight=4;overflow=hidden;rotatable=0;points=[[0,0.5],[1,0.5]];portConstraint=eastwest;whiteSpace=wrap;html=1;" value="&amp;nbsp;&amp;nbsp;" vertex="1">
          <mxGeometry height="26" width="160" y="86" as="geometry" />
        </mxCell>
        <mxCell id="pfDlptEzQs39DvkstGPX-115" parent="1" style="swimlane;fontStyle=1;align=center;verticalAlign=top;childLayout=stackLayout;horizontal=1;startSize=26;horizontalStack=0;resizeParent=1;resizeParentMax=0;resizeLast=0;collapsible=1;marginBottom=0;whiteSpace=wrap;html=1;" value="Genre" vertex="1">
          <mxGeometry height="138" width="160" x="1716" y="222" as="geometry" />
        </mxCell>
        <mxCell id="pfDlptEzQs39DvkstGPX-116" parent="pfDlptEzQs39DvkstGPX-115" style="text;strokeColor=none;fillColor=none;align=left;verticalAlign=top;spacingLeft=4;spacingRight=4;overflow=hidden;rotatable=0;points=[[0,0.5],[1,0.5]];portConstraint=eastwest;whiteSpace=wrap;html=1;" value="- id" vertex="1">
          <mxGeometry height="26" width="160" y="26" as="geometry" />
        </mxCell>
        <mxCell id="W-Cl0S3tB9M2oCTz1A1a-5" parent="pfDlptEzQs39DvkstGPX-115" style="text;strokeColor=none;fillColor=none;align=left;verticalAlign=top;spacingLeft=4;spacingRight=4;overflow=hidden;rotatable=0;points=[[0,0.5],[1,0.5]];portConstraint=eastwest;whiteSpace=wrap;html=1;" value="+ name" vertex="1">
          <mxGeometry height="26" width="160" y="52" as="geometry" />
        </mxCell>
        <mxCell id="pfDlptEzQs39DvkstGPX-117" parent="pfDlptEzQs39DvkstGPX-115" style="text;strokeColor=none;fillColor=none;align=left;verticalAlign=top;spacingLeft=4;spacingRight=4;overflow=hidden;rotatable=0;points=[[0,0.5],[1,0.5]];portConstraint=eastwest;whiteSpace=wrap;html=1;" value="+ description" vertex="1">
          <mxGeometry height="26" width="160" y="78" as="geometry" />
        </mxCell>
        <mxCell id="pfDlptEzQs39DvkstGPX-118" parent="pfDlptEzQs39DvkstGPX-115" style="line;strokeWidth=1;fillColor=none;align=left;verticalAlign=middle;spacingTop=-1;spacingLeft=3;spacingRight=3;rotatable=0;labelPosition=right;points=[];portConstraint=eastwest;strokeColor=inherit;" value="" vertex="1">
          <mxGeometry height="8" width="160" y="104" as="geometry" />
        </mxCell>
        <mxCell id="pfDlptEzQs39DvkstGPX-119" parent="pfDlptEzQs39DvkstGPX-115" style="text;strokeColor=none;fillColor=none;align=left;verticalAlign=top;spacingLeft=4;spacingRight=4;overflow=hidden;rotatable=0;points=[[0,0.5],[1,0.5]];portConstraint=eastwest;whiteSpace=wrap;html=1;" value="+ get_books" vertex="1">
          <mxGeometry height="26" width="160" y="112" as="geometry" />
        </mxCell>
        <mxCell id="pfDlptEzQs39DvkstGPX-125" parent="1" style="swimlane;fontStyle=1;align=center;verticalAlign=top;childLayout=stackLayout;horizontal=1;startSize=26;horizontalStack=0;resizeParent=1;resizeParentMax=0;resizeLast=0;collapsible=1;marginBottom=0;whiteSpace=wrap;html=1;" value="FAQ" vertex="1">
          <mxGeometry height="138" width="160" x="1266" y="-34" as="geometry" />
        </mxCell>
        <mxCell id="pfDlptEzQs39DvkstGPX-126" parent="pfDlptEzQs39DvkstGPX-125" style="text;strokeColor=none;fillColor=none;align=left;verticalAlign=top;spacingLeft=4;spacingRight=4;overflow=hidden;rotatable=0;points=[[0,0.5],[1,0.5]];portConstraint=eastwest;whiteSpace=wrap;html=1;" value="- id" vertex="1">
          <mxGeometry height="26" width="160" y="26" as="geometry" />
        </mxCell>
        <mxCell id="W-Cl0S3tB9M2oCTz1A1a-9" parent="pfDlptEzQs39DvkstGPX-125" style="text;strokeColor=none;fillColor=none;align=left;verticalAlign=top;spacingLeft=4;spacingRight=4;overflow=hidden;rotatable=0;points=[[0,0.5],[1,0.5]];portConstraint=eastwest;whiteSpace=wrap;html=1;" value="+ question" vertex="1">
          <mxGeometry height="26" width="160" y="52" as="geometry" />
        </mxCell>
        <mxCell id="pfDlptEzQs39DvkstGPX-127" parent="pfDlptEzQs39DvkstGPX-125" style="text;strokeColor=none;fillColor=none;align=left;verticalAlign=top;spacingLeft=4;spacingRight=4;overflow=hidden;rotatable=0;points=[[0,0.5],[1,0.5]];portConstraint=eastwest;whiteSpace=wrap;html=1;" value="+ answer" vertex="1">
          <mxGeometry height="26" width="160" y="78" as="geometry" />
        </mxCell>
        <mxCell id="pfDlptEzQs39DvkstGPX-128" parent="pfDlptEzQs39DvkstGPX-125" style="line;strokeWidth=1;fillColor=none;align=left;verticalAlign=middle;spacingTop=-1;spacingLeft=3;spacingRight=3;rotatable=0;labelPosition=right;points=[];portConstraint=eastwest;strokeColor=inherit;" value="" vertex="1">
          <mxGeometry height="8" width="160" y="104" as="geometry" />
        </mxCell>
        <mxCell id="pfDlptEzQs39DvkstGPX-129" parent="pfDlptEzQs39DvkstGPX-125" style="text;strokeColor=none;fillColor=none;align=left;verticalAlign=top;spacingLeft=4;spacingRight=4;overflow=hidden;rotatable=0;points=[[0,0.5],[1,0.5]];portConstraint=eastwest;whiteSpace=wrap;html=1;" value="&amp;nbsp;&amp;nbsp;" vertex="1">
          <mxGeometry height="26" width="160" y="112" as="geometry" />
        </mxCell>
        <mxCell id="pfDlptEzQs39DvkstGPX-130" parent="1" style="swimlane;fontStyle=1;align=center;verticalAlign=top;childLayout=stackLayout;horizontal=1;startSize=26;horizontalStack=0;resizeParent=1;resizeParentMax=0;resizeLast=0;collapsible=1;marginBottom=0;whiteSpace=wrap;html=1;" value="CarouselSlider" vertex="1">
          <mxGeometry height="190" width="160" x="1496" y="-34" as="geometry" />
        </mxCell>
        <mxCell id="pfDlptEzQs39DvkstGPX-131" parent="pfDlptEzQs39DvkstGPX-130" style="text;strokeColor=none;fillColor=none;align=left;verticalAlign=top;spacingLeft=4;spacingRight=4;overflow=hidden;rotatable=0;points=[[0,0.5],[1,0.5]];portConstraint=eastwest;whiteSpace=wrap;html=1;" value="- id" vertex="1">
          <mxGeometry height="26" width="160" y="26" as="geometry" />
        </mxCell>
        <mxCell id="W-Cl0S3tB9M2oCTz1A1a-10" parent="pfDlptEzQs39DvkstGPX-130" style="text;strokeColor=none;fillColor=none;align=left;verticalAlign=top;spacingLeft=4;spacingRight=4;overflow=hidden;rotatable=0;points=[[0,0.5],[1,0.5]];portConstraint=eastwest;whiteSpace=wrap;html=1;" value="+ title" vertex="1">
          <mxGeometry height="26" width="160" y="52" as="geometry" />
        </mxCell>
        <mxCell id="pfDlptEzQs39DvkstGPX-132" parent="pfDlptEzQs39DvkstGPX-130" style="text;strokeColor=none;fillColor=none;align=left;verticalAlign=top;spacingLeft=4;spacingRight=4;overflow=hidden;rotatable=0;points=[[0,0.5],[1,0.5]];portConstraint=eastwest;whiteSpace=wrap;html=1;" value="+ subtitle" vertex="1">
          <mxGeometry height="26" width="160" y="78" as="geometry" />
        </mxCell>
        <mxCell id="pfDlptEzQs39DvkstGPX-135" parent="pfDlptEzQs39DvkstGPX-130" style="text;strokeColor=none;fillColor=none;align=left;verticalAlign=top;spacingLeft=4;spacingRight=4;overflow=hidden;rotatable=0;points=[[0,0.5],[1,0.5]];portConstraint=eastwest;whiteSpace=wrap;html=1;" value="+ image" vertex="1">
          <mxGeometry height="26" width="160" y="104" as="geometry" />
        </mxCell>
        <mxCell id="pfDlptEzQs39DvkstGPX-136" parent="pfDlptEzQs39DvkstGPX-130" style="text;strokeColor=none;fillColor=none;align=left;verticalAlign=top;spacingLeft=4;spacingRight=4;overflow=hidden;rotatable=0;points=[[0,0.5],[1,0.5]];portConstraint=eastwest;whiteSpace=wrap;html=1;" value="+ link" vertex="1">
          <mxGeometry height="26" width="160" y="130" as="geometry" />
        </mxCell>
        <mxCell id="pfDlptEzQs39DvkstGPX-133" parent="pfDlptEzQs39DvkstGPX-130" style="line;strokeWidth=1;fillColor=none;align=left;verticalAlign=middle;spacingTop=-1;spacingLeft=3;spacingRight=3;rotatable=0;labelPosition=right;points=[];portConstraint=eastwest;strokeColor=inherit;" value="" vertex="1">
          <mxGeometry height="8" width="160" y="156" as="geometry" />
        </mxCell>
        <mxCell id="pfDlptEzQs39DvkstGPX-134" parent="pfDlptEzQs39DvkstGPX-130" style="text;strokeColor=none;fillColor=none;align=left;verticalAlign=top;spacingLeft=4;spacingRight=4;overflow=hidden;rotatable=0;points=[[0,0.5],[1,0.5]];portConstraint=eastwest;whiteSpace=wrap;html=1;" value="&amp;nbsp;&amp;nbsp;" vertex="1">
          <mxGeometry height="26" width="160" y="164" as="geometry" />
        </mxCell>
        <mxCell id="pfDlptEzQs39DvkstGPX-220" edge="1" parent="1" source="pfDlptEzQs39DvkstGPX-138" style="edgeStyle=orthogonalEdgeStyle;rounded=0;orthogonalLoop=1;jettySize=auto;html=1;startArrow=diamondThin;startFill=0;endArrow=none;endFill=0;exitX=1.004;exitY=0.937;exitDx=0;exitDy=0;exitPerimeter=0;entryX=0;entryY=0.559;entryDx=0;entryDy=0;entryPerimeter=0;" target="pfDlptEzQs39DvkstGPX-196">
          <mxGeometry relative="1" as="geometry">
            <Array as="points">
              <mxPoint x="985.03" y="400.41" />
              <mxPoint x="1050" y="400" />
            </Array>
            <mxPoint x="1051" y="401" as="targetPoint" />
          </mxGeometry>
        </mxCell>
        <mxCell id="pfDlptEzQs39DvkstGPX-221" edge="1" parent="1" style="edgeStyle=orthogonalEdgeStyle;rounded=0;orthogonalLoop=1;jettySize=auto;html=1;endArrow=diamondThin;endFill=1;exitX=0;exitY=0.5;exitDx=0;exitDy=0;" target="pfDlptEzQs39DvkstGPX-67">
          <mxGeometry relative="1" as="geometry">
            <Array as="points">
              <mxPoint x="400" y="400" />
              <mxPoint x="400" y="579.04" />
            </Array>
            <mxPoint x="760" y="399.9999999999998" as="sourcePoint" />
            <mxPoint x="370" y="399.9979999999998" as="targetPoint" />
          </mxGeometry>
        </mxCell>
        <mxCell id="pfDlptEzQs39DvkstGPX-137" parent="1" style="swimlane;fontStyle=1;align=center;verticalAlign=top;childLayout=stackLayout;horizontal=1;startSize=26;horizontalStack=0;resizeParent=1;resizeParentMax=0;resizeLast=0;collapsible=1;marginBottom=0;whiteSpace=wrap;html=1;" value="Wishlist" vertex="1">
          <mxGeometry height="112" width="160" x="760" y="350" as="geometry" />
        </mxCell>
        <mxCell id="pfDlptEzQs39DvkstGPX-138" parent="pfDlptEzQs39DvkstGPX-137" style="text;strokeColor=none;fillColor=none;align=left;verticalAlign=top;spacingLeft=4;spacingRight=4;overflow=hidden;rotatable=0;points=[[0,0.5],[1,0.5]];portConstraint=eastwest;whiteSpace=wrap;html=1;" value="&amp;nbsp;&amp;nbsp;" vertex="1">
          <mxGeometry height="26" width="160" y="26" as="geometry" />
        </mxCell>
        <mxCell id="pfDlptEzQs39DvkstGPX-140" parent="pfDlptEzQs39DvkstGPX-137" style="line;strokeWidth=1;fillColor=none;align=left;verticalAlign=middle;spacingTop=-1;spacingLeft=3;spacingRight=3;rotatable=0;labelPosition=right;points=[];portConstraint=eastwest;strokeColor=inherit;" value="" vertex="1">
          <mxGeometry height="8" width="160" y="52" as="geometry" />
        </mxCell>
        <mxCell id="pfDlptEzQs39DvkstGPX-141" parent="pfDlptEzQs39DvkstGPX-137" style="text;strokeColor=none;fillColor=none;align=left;verticalAlign=top;spacingLeft=4;spacingRight=4;overflow=hidden;rotatable=0;points=[[0,0.5],[1,0.5]];portConstraint=eastwest;whiteSpace=wrap;html=1;" value="+ add_book" vertex="1">
          <mxGeometry height="26" width="160" y="60" as="geometry" />
        </mxCell>
        <mxCell id="pfDlptEzQs39DvkstGPX-142" parent="pfDlptEzQs39DvkstGPX-137" style="text;strokeColor=none;fillColor=none;align=left;verticalAlign=top;spacingLeft=4;spacingRight=4;overflow=hidden;rotatable=0;points=[[0,0.5],[1,0.5]];portConstraint=eastwest;whiteSpace=wrap;html=1;" value="+ remove_book" vertex="1">
          <mxGeometry height="26" width="160" y="86" as="geometry" />
        </mxCell>
        <mxCell id="pfDlptEzQs39DvkstGPX-222" edge="1" parent="1" source="pfDlptEzQs39DvkstGPX-149" style="edgeStyle=orthogonalEdgeStyle;rounded=0;orthogonalLoop=1;jettySize=auto;html=1;endArrow=diamondThin;endFill=1;exitX=0;exitY=0.5;exitDx=0;exitDy=0;" target="W-Cl0S3tB9M2oCTz1A1a-3">
          <mxGeometry relative="1" as="geometry">
            <mxPoint x="479.3599999999997" y="556.4739999999998" as="sourcePoint" />
            <mxPoint x="370" y="556.4739999999998" as="targetPoint" />
          </mxGeometry>
        </mxCell>
        <mxCell id="pfDlptEzQs39DvkstGPX-148" parent="1" style="swimlane;fontStyle=1;align=center;verticalAlign=top;childLayout=stackLayout;horizontal=1;startSize=26;horizontalStack=0;resizeParent=1;resizeParentMax=0;resizeLast=0;collapsible=1;marginBottom=0;whiteSpace=wrap;html=1;" value="Cart" vertex="1">
          <mxGeometry height="190" width="160" x="480" y="514" as="geometry" />
        </mxCell>
        <mxCell id="pfDlptEzQs39DvkstGPX-149" parent="pfDlptEzQs39DvkstGPX-148" style="text;strokeColor=none;fillColor=none;align=left;verticalAlign=top;spacingLeft=4;spacingRight=4;overflow=hidden;rotatable=0;points=[[0,0.5],[1,0.5]];portConstraint=eastwest;whiteSpace=wrap;html=1;" value="&amp;nbsp;" vertex="1">
          <mxGeometry height="26" width="160" y="26" as="geometry" />
        </mxCell>
        <mxCell id="pfDlptEzQs39DvkstGPX-150" parent="pfDlptEzQs39DvkstGPX-148" style="line;strokeWidth=1;fillColor=none;align=left;verticalAlign=middle;spacingTop=-1;spacingLeft=3;spacingRight=3;rotatable=0;labelPosition=right;points=[];portConstraint=eastwest;strokeColor=inherit;" value="" vertex="1">
          <mxGeometry height="8" width="160" y="52" as="geometry" />
        </mxCell>
        <mxCell id="pfDlptEzQs39DvkstGPX-151" parent="pfDlptEzQs39DvkstGPX-148" style="text;strokeColor=none;fillColor=none;align=left;verticalAlign=top;spacingLeft=4;spacingRight=4;overflow=hidden;rotatable=0;points=[[0,0.5],[1,0.5]];portConstraint=eastwest;whiteSpace=wrap;html=1;" value="+ add_item" vertex="1">
          <mxGeometry height="26" width="160" y="60" as="geometry" />
        </mxCell>
        <mxCell id="pfDlptEzQs39DvkstGPX-152" parent="pfDlptEzQs39DvkstGPX-148" style="text;strokeColor=none;fillColor=none;align=left;verticalAlign=top;spacingLeft=4;spacingRight=4;overflow=hidden;rotatable=0;points=[[0,0.5],[1,0.5]];portConstraint=eastwest;whiteSpace=wrap;html=1;" value="+ remove_item" vertex="1">
          <mxGeometry height="26" width="160" y="86" as="geometry" />
        </mxCell>
        <mxCell id="pfDlptEzQs39DvkstGPX-153" parent="pfDlptEzQs39DvkstGPX-148" style="text;strokeColor=none;fillColor=none;align=left;verticalAlign=top;spacingLeft=4;spacingRight=4;overflow=hidden;rotatable=0;points=[[0,0.5],[1,0.5]];portConstraint=eastwest;whiteSpace=wrap;html=1;" value="+ get_total_price" vertex="1">
          <mxGeometry height="26" width="160" y="112" as="geometry" />
        </mxCell>
        <mxCell id="pfDlptEzQs39DvkstGPX-248" parent="pfDlptEzQs39DvkstGPX-148" style="text;strokeColor=none;fillColor=none;align=left;verticalAlign=top;spacingLeft=4;spacingRight=4;overflow=hidden;rotatable=0;points=[[0,0.5],[1,0.5]];portConstraint=eastwest;whiteSpace=wrap;html=1;" value="+ empty_cart" vertex="1">
          <mxGeometry height="26" width="160" y="138" as="geometry" />
        </mxCell>
        <mxCell id="W-Cl0S3tB9M2oCTz1A1a-2" parent="pfDlptEzQs39DvkstGPX-148" style="text;strokeColor=none;fillColor=none;align=left;verticalAlign=top;spacingLeft=4;spacingRight=4;overflow=hidden;rotatable=0;points=[[0,0.5],[1,0.5]];portConstraint=eastwest;whiteSpace=wrap;html=1;" value="+ purchase" vertex="1">
          <mxGeometry height="26" width="160" y="164" as="geometry" />
        </mxCell>
        <mxCell id="pfDlptEzQs39DvkstGPX-180" edge="1" parent="1" source="ptOtu5GnEy84TG-qNskw-15" style="edgeStyle=orthogonalEdgeStyle;rounded=0;orthogonalLoop=1;jettySize=auto;html=1;endArrow=none;endFill=0;startArrow=diamondThin;startFill=0;exitX=1.005;exitY=0.893;exitDx=0;exitDy=0;exitPerimeter=0;">
          <mxGeometry relative="1" as="geometry">
            <mxPoint x="1716" y="433" as="targetPoint" />
          </mxGeometry>
        </mxCell>
        <mxCell id="pfDlptEzQs39DvkstGPX-181" edge="1" parent="1" source="ptOtu5GnEy84TG-qNskw-18" style="edgeStyle=orthogonalEdgeStyle;rounded=0;orthogonalLoop=1;jettySize=auto;html=1;entryX=-0.002;entryY=0.363;entryDx=0;entryDy=0;entryPerimeter=0;endArrow=none;endFill=0;startArrow=diamondThin;startFill=0;exitX=1;exitY=0.5;exitDx=0;exitDy=0;" target="pfDlptEzQs39DvkstGPX-119">
          <mxGeometry relative="1" as="geometry">
            <Array as="points">
              <mxPoint x="1715.68" y="345.04" />
            </Array>
          </mxGeometry>
        </mxCell>
        <mxCell id="pfDlptEzQs39DvkstGPX-183" edge="1" parent="1" source="ptOtu5GnEy84TG-qNskw-8" style="edgeStyle=orthogonalEdgeStyle;rounded=0;orthogonalLoop=1;jettySize=auto;html=1;endArrow=none;endFill=0;startArrow=diamondThin;startFill=0;entryX=0;entryY=0.5;entryDx=0;entryDy=0;exitX=0.989;exitY=0.237;exitDx=0;exitDy=0;exitPerimeter=0;" target="pfDlptEzQs39DvkstGPX-100">
          <mxGeometry relative="1" as="geometry">
            <Array as="points">
              <mxPoint x="1716" y="554.2" />
            </Array>
            <mxPoint x="1530" y="554.52" as="sourcePoint" />
            <mxPoint x="1540" y="560" as="targetPoint" />
          </mxGeometry>
        </mxCell>
        <mxCell id="pfDlptEzQs39DvkstGPX-186" edge="1" parent="1" source="ptOtu5GnEy84TG-qNskw-26" style="edgeStyle=orthogonalEdgeStyle;rounded=0;orthogonalLoop=1;jettySize=auto;html=1;endArrow=none;endFill=0;entryX=0.596;entryY=0.986;entryDx=0;entryDy=0;entryPerimeter=0;exitX=0.997;exitY=0.853;exitDx=0;exitDy=0;exitPerimeter=0;" target="pfDlptEzQs39DvkstGPX-241">
          <mxGeometry relative="1" as="geometry">
            <mxPoint x="1180" y="495" as="targetPoint" />
          </mxGeometry>
        </mxCell>
        <mxCell id="pfDlptEzQs39DvkstGPX-187" edge="1" parent="1" source="pfDlptEzQs39DvkstGPX-1" style="edgeStyle=orthogonalEdgeStyle;rounded=0;orthogonalLoop=1;jettySize=auto;html=1;entryX=0.003;entryY=0.814;entryDx=0;entryDy=0;endArrow=none;endFill=0;startArrow=none;startFill=0;entryPerimeter=0;exitX=0.75;exitY=1;exitDx=0;exitDy=0;" target="ptOtu5GnEy84TG-qNskw-26">
          <mxGeometry relative="1" as="geometry">
            <mxPoint x="370.875" y="714.6600000000003" as="sourcePoint" />
          </mxGeometry>
        </mxCell>
        <mxCell id="pfDlptEzQs39DvkstGPX-207" edge="1" parent="1" source="pfDlptEzQs39DvkstGPX-195" style="edgeStyle=orthogonalEdgeStyle;rounded=0;orthogonalLoop=1;jettySize=auto;html=1;entryX=1.005;entryY=0.294;entryDx=0;entryDy=0;endArrow=diamondThin;endFill=0;startArrow=none;startFill=0;entryPerimeter=0;" target="pfDlptEzQs39DvkstGPX-86">
          <mxGeometry relative="1" as="geometry" />
        </mxCell>
        <mxCell id="pfDlptEzQs39DvkstGPX-195" parent="1" style="swimlane;fontStyle=1;align=center;verticalAlign=top;childLayout=stackLayout;horizontal=1;startSize=26;horizontalStack=0;resizeParent=1;resizeParentMax=0;resizeLast=0;collapsible=1;marginBottom=0;whiteSpace=wrap;html=1;" value="InventoryItem" vertex="1">
          <mxGeometry height="190" width="160" x="1050" y="350" as="geometry" />
        </mxCell>
        <mxCell id="pfDlptEzQs39DvkstGPX-196" parent="pfDlptEzQs39DvkstGPX-195" style="text;strokeColor=none;fillColor=none;align=left;verticalAlign=top;spacingLeft=4;spacingRight=4;overflow=hidden;rotatable=0;points=[[0,0.5],[1,0.5]];portConstraint=eastwest;whiteSpace=wrap;html=1;" value="- id" vertex="1">
          <mxGeometry height="26" width="160" y="26" as="geometry" />
        </mxCell>
        <mxCell id="W-Cl0S3tB9M2oCTz1A1a-8" parent="pfDlptEzQs39DvkstGPX-195" style="text;strokeColor=none;fillColor=none;align=left;verticalAlign=top;spacingLeft=4;spacingRight=4;overflow=hidden;rotatable=0;points=[[0,0.5],[1,0.5]];portConstraint=eastwest;whiteSpace=wrap;html=1;" value="+ format" vertex="1">
          <mxGeometry height="26" width="160" y="52" as="geometry" />
        </mxCell>
        <mxCell id="pfDlptEzQs39DvkstGPX-197" parent="pfDlptEzQs39DvkstGPX-195" style="text;strokeColor=none;fillColor=none;align=left;verticalAlign=top;spacingLeft=4;spacingRight=4;overflow=hidden;rotatable=0;points=[[0,0.5],[1,0.5]];portConstraint=eastwest;whiteSpace=wrap;html=1;" value="+ quantity" vertex="1">
          <mxGeometry height="26" width="160" y="78" as="geometry" />
        </mxCell>
        <mxCell id="pfDlptEzQs39DvkstGPX-198" parent="pfDlptEzQs39DvkstGPX-195" style="text;strokeColor=none;fillColor=none;align=left;verticalAlign=top;spacingLeft=4;spacingRight=4;overflow=hidden;rotatable=0;points=[[0,0.5],[1,0.5]];portConstraint=eastwest;whiteSpace=wrap;html=1;" value="+ price" vertex="1">
          <mxGeometry height="26" width="160" y="104" as="geometry" />
        </mxCell>
        <mxCell id="pfDlptEzQs39DvkstGPX-201" parent="pfDlptEzQs39DvkstGPX-195" style="text;strokeColor=none;fillColor=none;align=left;verticalAlign=top;spacingLeft=4;spacingRight=4;overflow=hidden;rotatable=0;points=[[0,0.5],[1,0.5]];portConstraint=eastwest;whiteSpace=wrap;html=1;" value="+ file_url" vertex="1">
          <mxGeometry height="26" width="160" y="130" as="geometry" />
        </mxCell>
        <mxCell id="pfDlptEzQs39DvkstGPX-199" parent="pfDlptEzQs39DvkstGPX-195" style="line;strokeWidth=1;fillColor=none;align=left;verticalAlign=middle;spacingTop=-1;spacingLeft=3;spacingRight=3;rotatable=0;labelPosition=right;points=[];portConstraint=eastwest;strokeColor=inherit;" value="" vertex="1">
          <mxGeometry height="8" width="160" y="156" as="geometry" />
        </mxCell>
        <mxCell id="pfDlptEzQs39DvkstGPX-200" parent="pfDlptEzQs39DvkstGPX-195" style="text;strokeColor=none;fillColor=none;align=left;verticalAlign=top;spacingLeft=4;spacingRight=4;overflow=hidden;rotatable=0;points=[[0,0.5],[1,0.5]];portConstraint=eastwest;whiteSpace=wrap;html=1;" value="&amp;nbsp;&amp;nbsp;" vertex="1">
          <mxGeometry height="26" width="160" y="164" as="geometry" />
        </mxCell>
        <mxCell id="pfDlptEzQs39DvkstGPX-202" edge="1" parent="1" source="pfDlptEzQs39DvkstGPX-197" style="edgeStyle=orthogonalEdgeStyle;rounded=0;orthogonalLoop=1;jettySize=auto;html=1;entryX=-0.002;entryY=0.92;entryDx=0;entryDy=0;entryPerimeter=0;exitX=0.997;exitY=0.838;exitDx=0;exitDy=0;exitPerimeter=0;startArrow=diamondThin;startFill=1;endArrow=none;endFill=0;" target="ptOtu5GnEy84TG-qNskw-15">
          <mxGeometry relative="1" as="geometry">
            <Array as="points">
              <mxPoint x="1355.7" y="449.79" />
            </Array>
            <mxPoint x="1210" y="436" as="sourcePoint" />
          </mxGeometry>
        </mxCell>
        <mxCell id="pfDlptEzQs39DvkstGPX-206" edge="1" parent="1" source="ptOtu5GnEy84TG-qNskw-1" style="edgeStyle=orthogonalEdgeStyle;rounded=0;orthogonalLoop=1;jettySize=auto;html=1;entryX=-0.012;entryY=0.244;entryDx=0;entryDy=0;entryPerimeter=0;endArrow=none;endFill=0;startArrow=diamondThin;startFill=1;" target="pfDlptEzQs39DvkstGPX-86">
          <mxGeometry relative="1" as="geometry">
            <Array as="points">
              <mxPoint x="460" y="116.34" />
              <mxPoint x="460" y="116.34" />
            </Array>
          </mxGeometry>
-         </mxCell>
-         <mxCell id="pfDlptEzQs39DvkstGPX-226" parent="1" style="swimlane;fontStyle=1;align=center;verticalAlign=top;childLayout=stackLayout;horizontal=1;startSize=26;horizontalStack=0;resizeParent=1;resizeParentMax=0;resizeLast=0;collapsible=1;marginBottom=0;whiteSpace=wrap;html=1;" value="Preferences" vertex="1">
-           <mxGeometry height="112" width="160" x="202.5" y="846" as="geometry" />
-         </mxCell>
-         <mxCell id="pfDlptEzQs39DvkstGPX-227" parent="pfDlptEzQs39DvkstGPX-226" style="text;strokeColor=none;fillColor=none;align=left;verticalAlign=top;spacingLeft=4;spacingRight=4;overflow=hidden;rotatable=0;points=[[0,0.5],[1,0.5]];portConstraint=eastwest;whiteSpace=wrap;html=1;" value="+ order_status_updates" vertex="1">
-           <mxGeometry height="26" width="160" y="26" as="geometry" />
-         </mxCell>
-         <mxCell id="pfDlptEzQs39DvkstGPX-228" parent="pfDlptEzQs39DvkstGPX-226" style="text;strokeColor=none;fillColor=none;align=left;verticalAlign=top;spacingLeft=4;spacingRight=4;overflow=hidden;rotatable=0;points=[[0,0.5],[1,0.5]];portConstraint=eastwest;whiteSpace=wrap;html=1;" value="+ weekly_newsletter" vertex="1">
-           <mxGeometry height="26" width="160" y="52" as="geometry" />
-         </mxCell>
-         <mxCell id="pfDlptEzQs39DvkstGPX-230" parent="pfDlptEzQs39DvkstGPX-226" style="line;strokeWidth=1;fillColor=none;align=left;verticalAlign=middle;spacingTop=-1;spacingLeft=3;spacingRight=3;rotatable=0;labelPosition=right;points=[];portConstraint=eastwest;strokeColor=inherit;" value="" vertex="1">
-           <mxGeometry height="8" width="160" y="78" as="geometry" />
-         </mxCell>
-         <mxCell id="pfDlptEzQs39DvkstGPX-231" parent="pfDlptEzQs39DvkstGPX-226" style="text;strokeColor=none;fillColor=none;align=left;verticalAlign=top;spacingLeft=4;spacingRight=4;overflow=hidden;rotatable=0;points=[[0,0.5],[1,0.5]];portConstraint=eastwest;whiteSpace=wrap;html=1;" value="&amp;nbsp;&amp;nbsp;" vertex="1">
-           <mxGeometry height="26" width="160" y="86" as="geometry" />
-         </mxCell>
-         <mxCell id="pfDlptEzQs39DvkstGPX-232" edge="1" parent="1" source="pfDlptEzQs39DvkstGPX-1" style="edgeStyle=orthogonalEdgeStyle;rounded=0;orthogonalLoop=1;jettySize=auto;html=1;endArrow=none;endFill=0;startArrow=diamondThin;startFill=1;entryX=0.5;entryY=0;entryDx=0;entryDy=0;" target="pfDlptEzQs39DvkstGPX-226">
-           <mxGeometry relative="1" as="geometry" />
        </mxCell>
        <mxCell id="pfDlptEzQs39DvkstGPX-240" edge="1" parent="1" source="pfDlptEzQs39DvkstGPX-234" style="edgeStyle=orthogonalEdgeStyle;rounded=0;orthogonalLoop=1;jettySize=auto;html=1;entryX=1;entryY=0.5;entryDx=0;entryDy=0;endArrow=diamondThin;endFill=1;exitX=0;exitY=0.5;exitDx=0;exitDy=0;" target="pfDlptEzQs39DvkstGPX-149">
          <mxGeometry relative="1" as="geometry" />
        </mxCell>
        <mxCell id="pfDlptEzQs39DvkstGPX-233" parent="1" style="swimlane;fontStyle=1;align=center;verticalAlign=top;childLayout=stackLayout;horizontal=1;startSize=26;horizontalStack=0;resizeParent=1;resizeParentMax=0;resizeLast=0;collapsible=1;marginBottom=0;whiteSpace=wrap;html=1;" value="CartItem" vertex="1">
          <mxGeometry height="86" width="160" x="760" y="514" as="geometry" />
        </mxCell>
        <mxCell id="pfDlptEzQs39DvkstGPX-234" parent="pfDlptEzQs39DvkstGPX-233" style="text;strokeColor=none;fillColor=none;align=left;verticalAlign=top;spacingLeft=4;spacingRight=4;overflow=hidden;rotatable=0;points=[[0,0.5],[1,0.5]];portConstraint=eastwest;whiteSpace=wrap;html=1;" value="+ quantity" vertex="1">
          <mxGeometry height="26" width="160" y="26" as="geometry" />
        </mxCell>
        <mxCell id="pfDlptEzQs39DvkstGPX-235" parent="pfDlptEzQs39DvkstGPX-233" style="line;strokeWidth=1;fillColor=none;align=left;verticalAlign=middle;spacingTop=-1;spacingLeft=3;spacingRight=3;rotatable=0;labelPosition=right;points=[];portConstraint=eastwest;strokeColor=inherit;" value="" vertex="1">
          <mxGeometry height="8" width="160" y="52" as="geometry" />
        </mxCell>
        <mxCell id="pfDlptEzQs39DvkstGPX-238" parent="pfDlptEzQs39DvkstGPX-233" style="text;strokeColor=none;fillColor=none;align=left;verticalAlign=top;spacingLeft=4;spacingRight=4;overflow=hidden;rotatable=0;points=[[0,0.5],[1,0.5]];portConstraint=eastwest;whiteSpace=wrap;html=1;" value="+ get_total_price" vertex="1">
          <mxGeometry height="26" width="160" y="60" as="geometry" />
        </mxCell>
        <mxCell id="pfDlptEzQs39DvkstGPX-239" edge="1" parent="1" source="pfDlptEzQs39DvkstGPX-234" style="edgeStyle=orthogonalEdgeStyle;rounded=0;orthogonalLoop=1;jettySize=auto;html=1;endArrow=none;endFill=0;startArrow=diamondThin;startFill=0;exitX=1;exitY=0.5;exitDx=0;exitDy=0;entryX=0.548;entryY=0.993;entryDx=0;entryDy=0;entryPerimeter=0;" target="pfDlptEzQs39DvkstGPX-200">
          <mxGeometry relative="1" as="geometry">
            <Array as="points">
              <mxPoint x="1137.72" y="553.03" />
            </Array>
            <mxPoint x="1080" y="410" as="targetPoint" />
          </mxGeometry>
        </mxCell>
      </root>
    </mxGraphModel>
  </diagram>
</mxfile>
